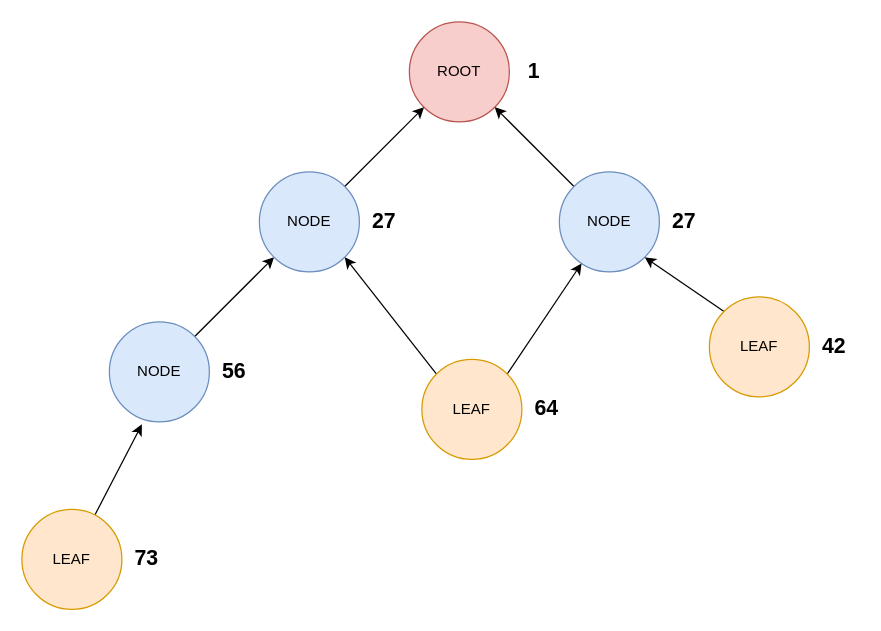
Earlier version of the draw.io diagram memoire/res/pictures/src/dodag.drawio (ArnaudPalgen/ma2_memoire). Source tidied: cells renumbered, new cells numbered last; positions are measured from the earlier drawing's top-left corner, leaving out a move shared by most shapes. Both pictures are drawn from the tidied source at 125%, with x=0, y=0 at pixel (21, 21).
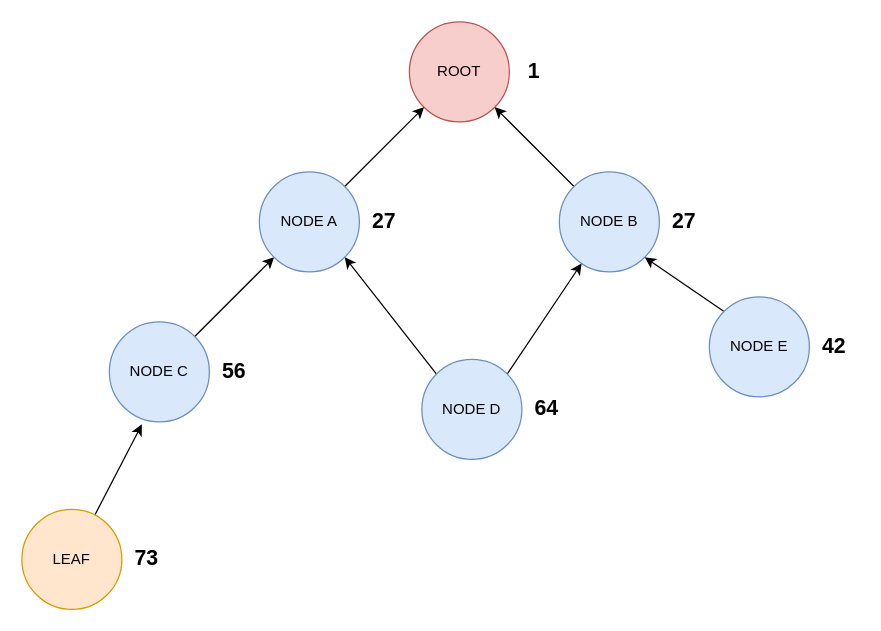
The same page after the edit.

Change to the diagram source:
```diff
@@
-    <mxCell id="4" value="NODE" style="ellipse;whiteSpace=wrap;html=1;fillColor=#dae8fc;strokeColor=#6c8ebf;" parent="1" vertex="1">
+    <mxCell id="4" value="NODE C" style="ellipse;whiteSpace=wrap;html=1;fillColor=#dae8fc;strokeColor=#6c8ebf;" parent="1" vertex="1">
       <mxGeometry x="70" y="240" width="80" height="80" as="geometry" />
     </mxCell>
@@
-    <mxCell id="6" value="NODE" style="ellipse;whiteSpace=wrap;html=1;fillColor=#dae8fc;strokeColor=#6c8ebf;" parent="1" vertex="1">
+    <mxCell id="6" value="NODE B" style="ellipse;whiteSpace=wrap;html=1;fillColor=#dae8fc;strokeColor=#6c8ebf;" parent="1" vertex="1">
       <mxGeometry x="430" y="120" width="80" height="80" as="geometry" />
     </mxCell>
@@
-    <mxCell id="10" value="LEAF" style="ellipse;whiteSpace=wrap;html=1;fillColor=#ffe6cc;strokeColor=#d79b00;" parent="1" vertex="1">
+    <mxCell id="10" value="NODE E" style="ellipse;whiteSpace=wrap;html=1;fillColor=#dae8fc;strokeColor=#6c8ebf;" parent="1" vertex="1">
       <mxGeometry x="550" y="220" width="80" height="80" as="geometry" />
     </mxCell>
@@
-    <mxCell id="12" value="NODE" style="ellipse;whiteSpace=wrap;html=1;fillColor=#dae8fc;strokeColor=#6c8ebf;" parent="1" vertex="1">
+    <mxCell id="12" value="NODE A" style="ellipse;whiteSpace=wrap;html=1;fillColor=#dae8fc;strokeColor=#6c8ebf;" parent="1" vertex="1">
       <mxGeometry x="190" y="120" width="80" height="80" as="geometry" />
     </mxCell>
@@
-    <mxCell id="15" value="LEAF" style="ellipse;whiteSpace=wrap;html=1;fillColor=#ffe6cc;strokeColor=#d79b00;" parent="1" vertex="1">
+    <mxCell id="15" value="NODE D" style="ellipse;whiteSpace=wrap;html=1;fillColor=#dae8fc;strokeColor=#6c8ebf;" parent="1" vertex="1">
       <mxGeometry x="320" y="270" width="80" height="80" as="geometry" />
     </mxCell>
```
